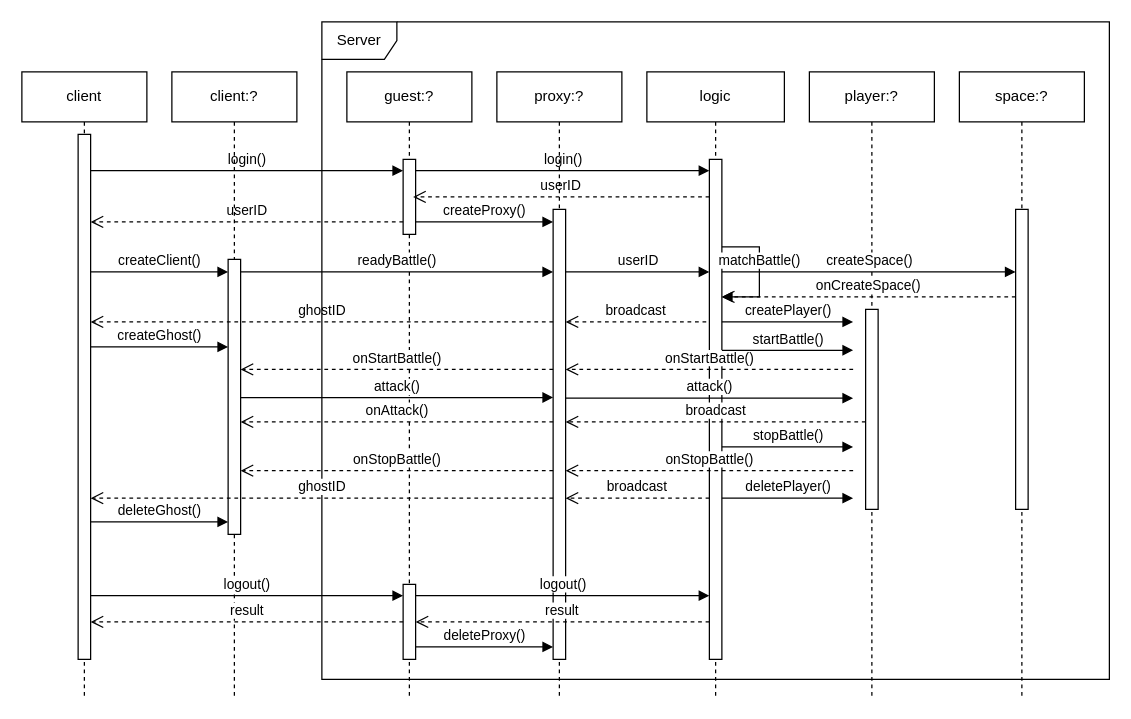
Earlier version of the draw.io diagram page "调用流程" (3 of 4) of Document/OpenMS.drawio (ChivenZhang/OpenMS). Source tidied: cells renumbered, new cells numbered last; positions are measured from the earlier drawing's top-left corner, leaving out a move shared by most shapes. Both pictures are drawn from the tidied source at 125%, with x=0, y=0 at pixel (21, 21).
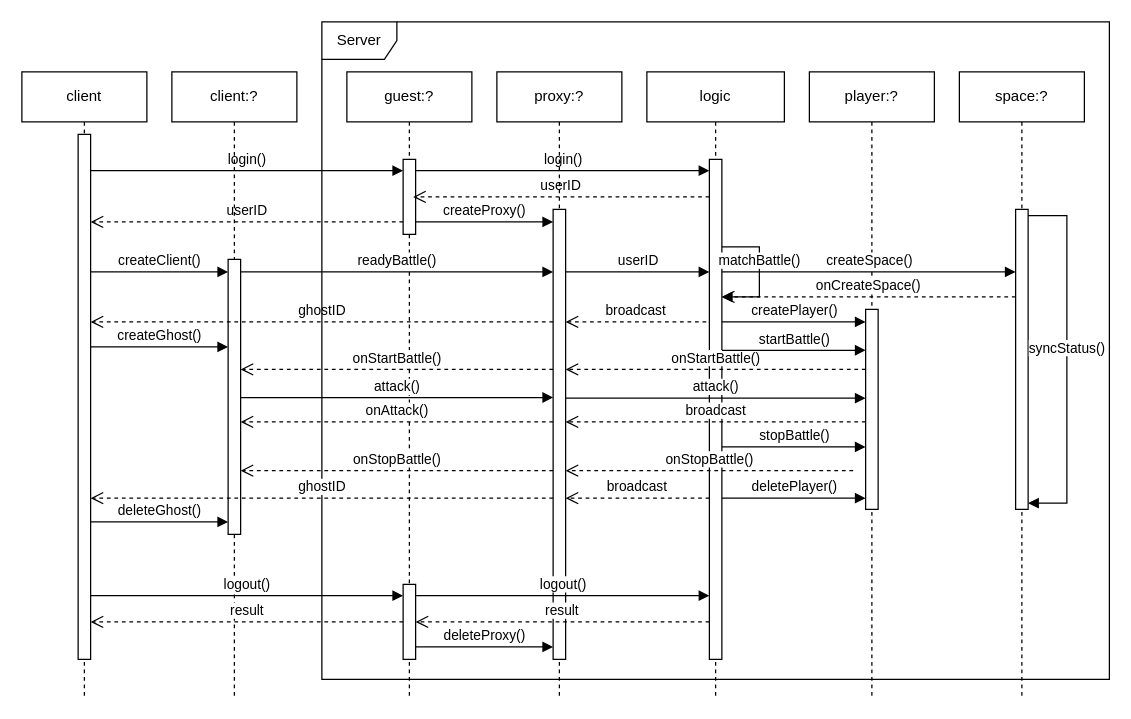
The same diagram, later.

Unchanged cells that the change refers to:
```xml
<mxCell id="8" style="html=1;points=[[0,0,0,0,5],[0,1,0,0,-5],[1,0,0,0,5],[1,1,0,0,-5]];perimeter=orthogonalPerimeter;outlineConnect=0;targetShapes=umlLifeline;portConstraint=eastwest;newEdgeStyle={&quot;curved&quot;:0,&quot;rounded&quot;:0};" parent="7" vertex="1">
  <mxGeometry x="45" y="190" width="10" height="160" as="geometry" />
</mxCell>
<mxCell id="10" style="html=1;points=[[0,0,0,0,5],[0,1,0,0,-5],[1,0,0,0,5],[1,1,0,0,-5]];perimeter=orthogonalPerimeter;outlineConnect=0;targetShapes=umlLifeline;portConstraint=eastwest;newEdgeStyle={&quot;curved&quot;:0,&quot;rounded&quot;:0};" parent="9" vertex="1">
  <mxGeometry x="50" y="70" width="10" height="400" as="geometry" />
</mxCell>
<mxCell id="48" value="space:?" style="shape=umlLifeline;perimeter=lifelinePerimeter;whiteSpace=wrap;html=1;newEdgeStyle={&quot;curved&quot;:0,&quot;rounded&quot;:0};" parent="1" vertex="1">
  <mxGeometry x="750" y="40" width="100" height="500" as="geometry" />
</mxCell>
<mxCell id="49" style="html=1;points=[[0,0,0,0,5],[0,1,0,0,-5],[1,0,0,0,5],[1,1,0,0,-5]];perimeter=orthogonalPerimeter;outlineConnect=0;targetShapes=umlLifeline;portConstraint=eastwest;newEdgeStyle={&quot;curved&quot;:0,&quot;rounded&quot;:0};" parent="48" vertex="1">
  <mxGeometry x="45" y="110" width="10" height="240" as="geometry" />
</mxCell>
```

Change to the diagram source:
```diff
@@
-    <mxCell id="23" value="createPlayer()" style="html=1;verticalAlign=bottom;endArrow=block;curved=0;rounded=0;entryX=0;entryY=0;entryDx=0;entryDy=5;entryPerimeter=0;" parent="1" edge="1" source="10">
+    <mxCell id="23" value="createPlayer()" style="html=1;verticalAlign=bottom;endArrow=block;curved=0;rounded=0;" parent="1" edge="1">
       <mxGeometry relative="1" as="geometry">
-        <mxPoint x="665" y="240" as="targetPoint" />
+        <mxPoint x="560" y="240" as="sourcePoint" />
+        <mxPoint x="675" y="240" as="targetPoint" />
       </mxGeometry>
     </mxCell>
-    <mxCell id="24" value="attack()" style="html=1;verticalAlign=bottom;endArrow=block;curved=0;rounded=0;" parent="1" edge="1">
+    <mxCell id="24" value="attack()" style="html=1;verticalAlign=bottom;endArrow=block;curved=0;rounded=0;" parent="1" edge="1" target="8">
       <mxGeometry relative="1" as="geometry">
         <mxPoint x="435" y="301" as="sourcePoint" />
-        <mxPoint x="665" y="301" as="targetPoint" />
       </mxGeometry>
     </mxCell>
@@
-    <mxCell id="33" value="deletePlayer()" style="html=1;verticalAlign=bottom;endArrow=block;curved=0;rounded=0;exitX=1;exitY=1;exitDx=0;exitDy=-5;exitPerimeter=0;entryX=0;entryY=1;entryDx=0;entryDy=-5;entryPerimeter=0;" parent="1" edge="1">
+    <mxCell id="33" value="deletePlayer()" style="html=1;verticalAlign=bottom;endArrow=block;curved=0;rounded=0;exitX=1;exitY=1;exitDx=0;exitDy=-5;exitPerimeter=0;" parent="1" edge="1" target="8">
       <mxGeometry relative="1" as="geometry">
         <mxPoint x="560" y="381" as="sourcePoint" />
-        <mxPoint x="665" y="381" as="targetPoint" />
       </mxGeometry>
     </mxCell>
@@
-    <mxCell id="38" value="onStartBattle()" style="html=1;verticalAlign=bottom;endArrow=open;dashed=1;endSize=8;curved=0;rounded=0;" parent="1" edge="1">
+    <mxCell id="38" value="onStartBattle()" style="html=1;verticalAlign=bottom;endArrow=open;dashed=1;endSize=8;curved=0;rounded=0;" parent="1" edge="1" source="8">
       <mxGeometry relative="1" as="geometry">
-        <mxPoint x="665" y="278" as="sourcePoint" />
         <mxPoint x="435" y="278" as="targetPoint" />
       </mxGeometry>
     </mxCell>
@@
-    <mxCell id="41" value="startBattle()" style="html=1;verticalAlign=bottom;endArrow=block;curved=0;rounded=0;" parent="1" edge="1">
+    <mxCell id="41" value="startBattle()" style="html=1;verticalAlign=bottom;endArrow=block;curved=0;rounded=0;" parent="1" edge="1" target="8">
       <mxGeometry relative="1" as="geometry">
         <mxPoint x="560" y="262.7" as="sourcePoint" />
-        <mxPoint x="665" y="262.7" as="targetPoint" />
       </mxGeometry>
     </mxCell>
-    <mxCell id="42" value="stopBattle()" style="html=1;verticalAlign=bottom;endArrow=block;curved=0;rounded=0;" parent="1" edge="1">
+    <mxCell id="42" value="stopBattle()" style="html=1;verticalAlign=bottom;endArrow=block;curved=0;rounded=0;" parent="1" edge="1" target="8">
       <mxGeometry relative="1" as="geometry">
         <mxPoint x="560" y="340" as="sourcePoint" />
-        <mxPoint x="665" y="340" as="targetPoint" />
       </mxGeometry>
     </mxCell>
@@
+    <mxCell id="52" value="syncStatus()" style="html=1;verticalAlign=bottom;endArrow=block;curved=0;rounded=0;exitX=1;exitY=0;exitDx=0;exitDy=5;exitPerimeter=0;entryX=1;entryY=1;entryDx=0;entryDy=-5;entryPerimeter=0;" parent="48" edge="1" source="49" target="49">
+      <mxGeometry relative="1" as="geometry">
+        <Array as="points">
+          <mxPoint x="86" y="115" />
+          <mxPoint x="86" y="345" />
+        </Array>
+      </mxGeometry>
+    </mxCell>
```
